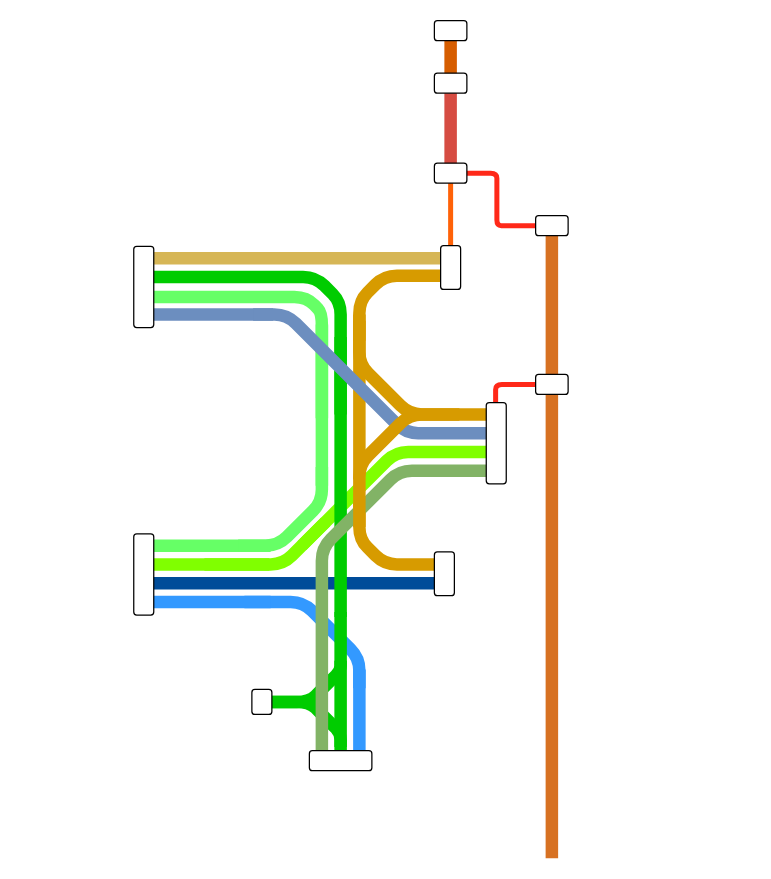
Before: test.drawio in GoldenKoopa/diagrams, a draw.io diagram. Source tidied: cells renumbered, new cells numbered last; positions are measured from the earlier drawing's top-left corner, leaving out a move shared by most shapes. Both pictures are drawn from the tidied source at 125%, with x=0, y=0 at pixel (102, 14).
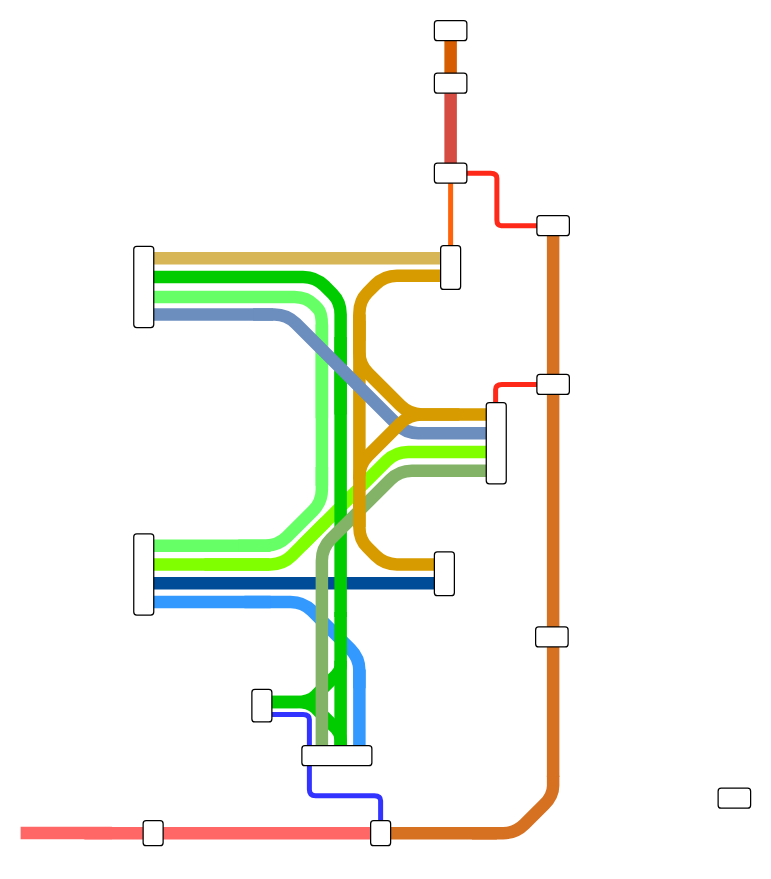
The same page after the edit.

What changed in the source:
```diff
@@
+    <mxCell id="46" style="endArrow=none;html=1;rounded=1;strokeWidth=10;fillColor=#ffe6cc;strokeColor=#FF6666;curved=0;" parent="1" edge="1">
+      <mxGeometry relative="1" as="geometry">
+        <mxPoint x="218" y="655" as="sourcePoint" />
+        <mxPoint x="-15" y="655" as="targetPoint" />
+      </mxGeometry>
+    </mxCell>
+    <mxCell id="47" style="rounded=1;whiteSpace=wrap;html=1;rotation=90;" parent="46" vertex="1">
+      <mxGeometry x="497" y="614" width="16" height="26" as="geometry" />
+    </mxCell>
+    <mxCell id="48" style="endArrow=none;html=1;rounded=0;strokeWidth=4;strokeColor=#3333FF;curved=1;" parent="1" edge="1">
+      <mxGeometry relative="1" as="geometry">
+        <mxPoint x="165" y="587" as="sourcePoint" />
+        <mxPoint x="123" y="560" as="targetPoint" />
+        <Array as="points">
+          <mxPoint x="165" y="568" />
+          <mxPoint x="165" y="560" />
+          <mxPoint x="155" y="560" />
+          <mxPoint x="127" y="560" />
+        </Array>
+      </mxGeometry>
+    </mxCell>
+    <mxCell id="49" style="endArrow=none;html=1;rounded=0;strokeWidth=4;strokeColor=#3333FF;curved=1;" parent="1" edge="1">
+      <mxGeometry relative="1" as="geometry">
+        <mxPoint x="222" y="646" as="sourcePoint" />
+        <mxPoint x="165" y="599" as="targetPoint" />
+        <Array as="points">
+          <mxPoint x="222" y="633" />
+          <mxPoint x="222" y="625" />
+          <mxPoint x="212" y="625" />
+          <mxPoint x="175" y="625" />
+          <mxPoint x="165" y="625" />
+          <mxPoint x="165" y="615" />
+        </Array>
+      </mxGeometry>
+    </mxCell>
+    <mxCell id="50" style="endArrow=none;html=1;rounded=1;strokeWidth=10;fillColor=#ffe6cc;strokeColor=#D77122;curved=0;" parent="1" edge="1">
+      <mxGeometry relative="1" as="geometry">
+        <mxPoint x="315" y="655" as="sourcePoint" />
+        <mxPoint x="225" y="655" as="targetPoint" />
+      </mxGeometry>
+    </mxCell>
+    <mxCell id="51" style="rounded=1;whiteSpace=wrap;html=1;rotation=90;direction=south;" parent="1" vertex="1">
+      <mxGeometry x="212" y="647" width="20" height="16" as="geometry" />
+    </mxCell>
@@
     <mxCell id="17" style="endArrow=none;html=1;rounded=0;strokeWidth=4;strokeColor=#FF2919;curved=1;" parent="1" edge="1">
       <mxGeometry relative="1" as="geometry">
         <mxPoint x="314" y="313" as="sourcePoint" />
-        <mxPoint x="346" y="296" as="targetPoint" />
+        <mxPoint x="351" y="296" as="targetPoint" />
         <Array as="points">
           <mxPoint x="314" y="304" />
           <mxPoint x="314" y="296" />
           <mxPoint x="324" y="296" />
         </Array>
       </mxGeometry>
     </mxCell>
@@
     <mxCell id="20" style="endArrow=none;html=1;rounded=0;strokeWidth=4;strokeColor=#FF2919;curved=1;" parent="1" edge="1">
       <mxGeometry relative="1" as="geometry">
-        <mxPoint x="346" y="169" as="sourcePoint" />
+        <mxPoint x="351" y="169" as="sourcePoint" />
         <mxPoint x="287" y="127" as="targetPoint" />
         <Array as="points">
           <mxPoint x="322" y="169" />
           <mxPoint x="315" y="169" />
           <mxPoint x="315" y="160" />
           <mxPoint x="315" y="135" />
           <mxPoint x="315" y="127" />
           <mxPoint x="305" y="127" />
         </Array>
       </mxGeometry>
     </mxCell>
@@
     <mxCell id="32" style="endArrow=none;html=1;rounded=1;strokeWidth=10;fillColor=#ffe6cc;strokeColor=#D77122;curved=0;" parent="1" edge="1">
       <mxGeometry relative="1" as="geometry">
-        <mxPoint x="359" y="175" as="sourcePoint" />
-        <mxPoint x="359" y="675" as="targetPoint" />
+        <mxPoint x="360" y="175" as="sourcePoint" />
+        <mxPoint x="360" y="610" as="targetPoint" />
       </mxGeometry>
     </mxCell>
     <mxCell id="33" style="rounded=1;whiteSpace=wrap;html=1;rotation=90;" parent="1" vertex="1">
-      <mxGeometry x="351" y="283" width="16" height="26" as="geometry" />
+      <mxGeometry x="352" y="283" width="16" height="26" as="geometry" />
     </mxCell>
     <mxCell id="34" style="rounded=1;whiteSpace=wrap;html=1;rotation=90;" parent="1" vertex="1">
-      <mxGeometry x="351" y="156" width="16" height="26" as="geometry" />
+      <mxGeometry x="352" y="156" width="16" height="26" as="geometry" />
     </mxCell>
@@
     <mxCell id="44" style="rounded=1;whiteSpace=wrap;html=1;rotation=90;direction=south;" parent="1" vertex="1">
-      <mxGeometry x="117" y="542" width="20" height="16" as="geometry" />
+      <mxGeometry x="114" y="545" width="26" height="16" as="geometry" />
     </mxCell>
     <mxCell id="45" style="rounded=1;whiteSpace=wrap;html=1;rotation=90;direction=south;" parent="1" vertex="1">
-      <mxGeometry x="182" y="572" width="16" height="50" as="geometry" />
+      <mxGeometry x="179" y="565" width="16" height="56" as="geometry" />
     </mxCell>
+    <mxCell id="52" style="endArrow=none;html=1;rounded=1;strokeWidth=10;fillColor=#ffe6cc;strokeColor=#D77122;curved=0;" parent="1" edge="1">
+      <mxGeometry relative="1" as="geometry">
+        <mxPoint x="360" y="609" as="sourcePoint" />
+        <mxPoint x="295" y="655" as="targetPoint" />
+        <Array as="points">
+          <mxPoint x="360" y="625" />
+          <mxPoint x="330" y="655" />
+        </Array>
+      </mxGeometry>
+    </mxCell>
+    <mxCell id="53" style="rounded=1;whiteSpace=wrap;html=1;rotation=90;direction=south;" parent="1" vertex="1">
+      <mxGeometry x="30" y="647" width="20" height="16" as="geometry" />
+    </mxCell>
+    <mxCell id="54" style="endArrow=none;html=1;rounded=0;strokeColor=#FF6666;strokeWidth=10;" parent="1" edge="1">
+      <mxGeometry relative="1" as="geometry">
+        <mxPoint x="-66" y="654.9" as="sourcePoint" />
+        <mxPoint x="7" y="654.9" as="targetPoint" />
+      </mxGeometry>
+    </mxCell>
+    <mxCell id="55" style="rounded=1;whiteSpace=wrap;html=1;rotation=90;" parent="1" vertex="1">
+      <mxGeometry x="351" y="485" width="16" height="26" as="geometry" />
+    </mxCell>
```
